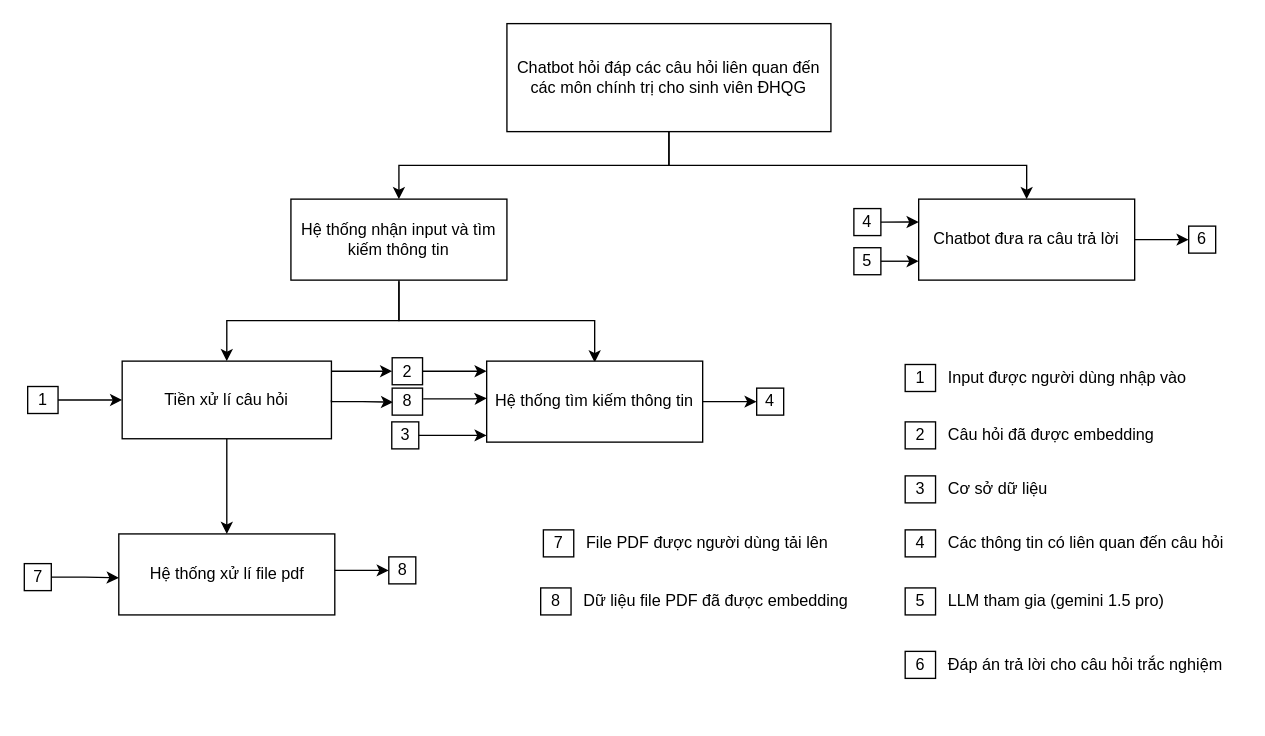
ht-N/AIThinking keeps this draw.io diagram as AIThinking.drawio. Above is the earlier version. Source tidied: cells renumbered, new cells numbered last; positions are measured from the earlier drawing's top-left corner, leaving out a move shared by most shapes. Both pictures are drawn from the tidied source at 135%, with x=0, y=0 at pixel (24, 23).
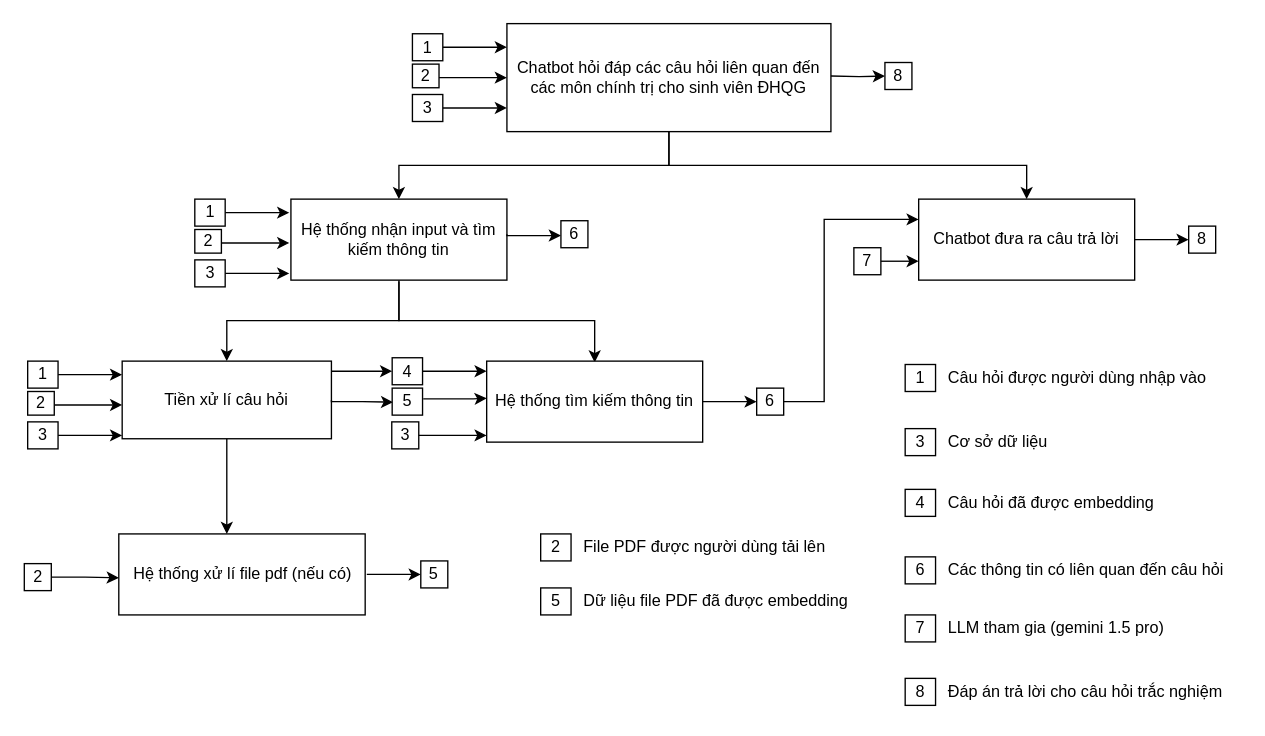
After the change.

The change refers to these unchanged cells:
```xml
<mxCell id="9" value="Chatbot đưa ra câu trả lời" style="rounded=0;whiteSpace=wrap;html=1;" parent="1" vertex="1">
  <mxGeometry x="662" y="130" width="160" height="60" as="geometry" />
</mxCell>
<mxCell id="12" value="Tiền xử lí câu hỏi" style="rounded=0;whiteSpace=wrap;html=1;" parent="1" vertex="1">
  <mxGeometry x="72" y="250" width="155" height="57.5" as="geometry" />
</mxCell>
```

The edit, as a diff of the source:
```diff
@@
-    <mxCell id="11" style="edgeStyle=orthogonalEdgeStyle;rounded=0;jettySize=auto;html=1;exitX=0.5;exitY=1;exitDx=0;exitDy=0;entryX=0.5;entryY=0;entryDx=0;entryDy=0;" parent="1" edge="1" source="12" target="39">
-      <mxGeometry relative="1" as="geometry" />
+    <mxCell id="11" style="edgeStyle=orthogonalEdgeStyle;rounded=0;jettySize=auto;html=1;" parent="1" edge="1" source="12" target="39">
+      <mxGeometry relative="1" as="geometry">
+        <Array as="points">
+          <mxPoint x="150" y="350" />
+          <mxPoint x="150" y="350" />
+        </Array>
+      </mxGeometry>
     </mxCell>
@@
-    <mxCell id="16" value="2" style="rounded=0;whiteSpace=wrap;html=1;" parent="1" vertex="1">
+    <mxCell id="16" value="4" style="rounded=0;whiteSpace=wrap;html=1;" parent="1" vertex="1">
       <mxGeometry x="272" y="247.5" width="22.5" height="20" as="geometry" />
     </mxCell>
+    <mxCell id="51" style="edgeStyle=orthogonalEdgeStyle;rounded=0;jettySize=auto;html=1;exitX=1;exitY=0.5;exitDx=0;exitDy=0;entryX=0;entryY=0.25;entryDx=0;entryDy=0;" parent="1" edge="1" source="17" target="9">
+      <mxGeometry relative="1" as="geometry">
+        <Array as="points">
+          <mxPoint x="592" y="280" />
+          <mxPoint x="592" y="145" />
+        </Array>
+      </mxGeometry>
+    </mxCell>
-    <mxCell id="17" value="4" style="whiteSpace=wrap;html=1;rounded=0;" parent="1" vertex="1">
+    <mxCell id="17" value="6" style="whiteSpace=wrap;html=1;rounded=0;" parent="1" vertex="1">
       <mxGeometry x="542" y="270" width="20" height="20" as="geometry" />
     </mxCell>
-    <mxCell id="18" value="4" style="whiteSpace=wrap;html=1;rounded=0;" parent="1" vertex="1">
-      <mxGeometry x="614" y="137" width="20" height="20" as="geometry" />
-    </mxCell>
-    <mxCell id="19" value="5" style="whiteSpace=wrap;html=1;rounded=0;" parent="1" vertex="1">
+    <mxCell id="19" value="7" style="whiteSpace=wrap;html=1;rounded=0;" parent="1" vertex="1">
       <mxGeometry x="614" y="166" width="20" height="20" as="geometry" />
     </mxCell>
-    <mxCell id="20" style="edgeStyle=orthogonalEdgeStyle;rounded=0;jettySize=auto;html=1;exitX=1;exitY=0.5;exitDx=0;exitDy=0;entryX=0;entryY=0.283;entryDx=0;entryDy=0;entryPerimeter=0;" parent="1" edge="1" source="18" target="9">
-      <mxGeometry relative="1" as="geometry" />
-    </mxCell>
@@
-    <mxCell id="22" value="6" style="whiteSpace=wrap;html=1;rounded=0;" parent="1" vertex="1">
+    <mxCell id="22" value="8" style="whiteSpace=wrap;html=1;rounded=0;" parent="1" vertex="1">
       <mxGeometry x="862" y="150" width="20" height="20" as="geometry" />
     </mxCell>
@@
-    <mxCell id="24" value="Input được người dùng nhập vào" style="text;html=1;align=left;verticalAlign=middle;whiteSpace=wrap;rounded=0;" parent="1" vertex="1">
+    <mxCell id="24" value="Câu hỏi được người dùng nhập vào" style="text;html=1;align=left;verticalAlign=middle;whiteSpace=wrap;rounded=0;" parent="1" vertex="1">
       <mxGeometry x="682" y="247.5" width="220" height="30" as="geometry" />
     </mxCell>
-    <mxCell id="25" value="2" style="rounded=0;whiteSpace=wrap;html=1;" parent="1" vertex="1">
-      <mxGeometry x="652" y="295" width="22.5" height="20" as="geometry" />
+    <mxCell id="25" value="4" style="rounded=0;whiteSpace=wrap;html=1;" parent="1" vertex="1">
+      <mxGeometry x="652" y="345" width="22.5" height="20" as="geometry" />
     </mxCell>
     <mxCell id="26" value="Câu hỏi đã được embedding" style="text;html=1;align=left;verticalAlign=middle;whiteSpace=wrap;rounded=0;" parent="1" vertex="1">
-      <mxGeometry x="682" y="290" width="220" height="30" as="geometry" />
+      <mxGeometry x="682" y="340" width="220" height="30" as="geometry" />
     </mxCell>
-    <mxCell id="27" value="4" style="rounded=0;whiteSpace=wrap;html=1;" parent="1" vertex="1">
-      <mxGeometry x="652" y="375" width="22.5" height="20" as="geometry" />
+    <mxCell id="27" value="6" style="rounded=0;whiteSpace=wrap;html=1;" parent="1" vertex="1">
+      <mxGeometry x="652" y="395" width="22.5" height="20" as="geometry" />
     </mxCell>
     <mxCell id="28" value="Các thông tin có liên quan đến câu hỏi" style="text;html=1;align=left;verticalAlign=middle;whiteSpace=wrap;rounded=0;" parent="1" vertex="1">
-      <mxGeometry x="682" y="370" width="220" height="30" as="geometry" />
+      <mxGeometry x="682" y="390" width="220" height="30" as="geometry" />
     </mxCell>
-    <mxCell id="29" value="5" style="rounded=0;whiteSpace=wrap;html=1;" parent="1" vertex="1">
-      <mxGeometry x="652" y="418" width="22.5" height="20" as="geometry" />
+    <mxCell id="29" value="7" style="rounded=0;whiteSpace=wrap;html=1;" parent="1" vertex="1">
+      <mxGeometry x="652" y="438" width="22.5" height="20" as="geometry" />
     </mxCell>
     <mxCell id="30" value="LLM tham gia (gemini 1.5 pro)" style="text;html=1;align=left;verticalAlign=middle;whiteSpace=wrap;rounded=0;" parent="1" vertex="1">
-      <mxGeometry x="682" y="413" width="220" height="30" as="geometry" />
+      <mxGeometry x="682" y="433" width="220" height="30" as="geometry" />
     </mxCell>
-    <mxCell id="31" value="6" style="rounded=0;whiteSpace=wrap;html=1;" parent="1" vertex="1">
-      <mxGeometry x="652" y="465" width="22.5" height="20" as="geometry" />
+    <mxCell id="31" value="8" style="rounded=0;whiteSpace=wrap;html=1;" parent="1" vertex="1">
+      <mxGeometry x="652" y="485" width="22.5" height="20" as="geometry" />
     </mxCell>
     <mxCell id="32" value="Đáp án trả lời cho câu hỏi trắc nghiệm" style="text;html=1;align=left;verticalAlign=middle;whiteSpace=wrap;rounded=0;" parent="1" vertex="1">
-      <mxGeometry x="682" y="460" width="220" height="30" as="geometry" />
+      <mxGeometry x="682" y="480" width="220" height="30" as="geometry" />
     </mxCell>
@@
     <mxCell id="35" value="3" style="rounded=0;whiteSpace=wrap;html=1;" parent="1" vertex="1">
-      <mxGeometry x="652" y="335" width="22.5" height="20" as="geometry" />
+      <mxGeometry x="652" y="300" width="22.5" height="20" as="geometry" />
     </mxCell>
     <mxCell id="36" value="Cơ sở dữ liệu" style="text;html=1;align=left;verticalAlign=middle;whiteSpace=wrap;rounded=0;" parent="1" vertex="1">
-      <mxGeometry x="682" y="330" width="220" height="30" as="geometry" />
+      <mxGeometry x="682" y="295" width="220" height="30" as="geometry" />
     </mxCell>
     <mxCell id="37" style="edgeStyle=orthogonalEdgeStyle;rounded=0;jettySize=auto;html=1;" parent="1" edge="1" source="38">
       <mxGeometry relative="1" as="geometry">
-        <mxPoint x="72" y="278.8" as="targetPoint" />
+        <mxPoint x="72" y="260" as="targetPoint" />
         <Array as="points">
-          <mxPoint x="62" y="278.8" />
-          <mxPoint x="62" y="278.8" />
+          <mxPoint x="62" y="260" />
+          <mxPoint x="62" y="260" />
         </Array>
       </mxGeometry>
     </mxCell>
     <mxCell id="38" value="1" style="rounded=0;whiteSpace=wrap;html=1;" parent="1" vertex="1">
-      <mxGeometry x="2" y="268.8" width="22.5" height="20" as="geometry" />
+      <mxGeometry x="2" y="250" width="22.5" height="20" as="geometry" />
     </mxCell>
-    <mxCell id="39" value="Hệ thống xử lí file pdf" style="rounded=0;whiteSpace=wrap;html=1;" parent="1" vertex="1">
-      <mxGeometry x="69.5" y="378" width="160" height="60" as="geometry" />
+    <mxCell id="39" value="Hệ thống xử lí file pdf (nếu có)" style="rounded=0;whiteSpace=wrap;html=1;" parent="1" vertex="1">
+      <mxGeometry x="69.5" y="378" width="182.5" height="60" as="geometry" />
     </mxCell>
-    <mxCell id="40" value="7" style="whiteSpace=wrap;html=1;rounded=0;" parent="1" vertex="1">
+    <mxCell id="40" value="2" style="whiteSpace=wrap;html=1;rounded=0;" parent="1" vertex="1">
       <mxGeometry x="-0.5" y="400" width="20" height="20" as="geometry" />
     </mxCell>
@@
     <mxCell id="42" style="edgeStyle=orthogonalEdgeStyle;rounded=0;jettySize=auto;html=1;" parent="1" edge="1" target="43">
       <mxGeometry relative="1" as="geometry">
-        <mxPoint x="229.5" y="405" as="sourcePoint" />
+        <mxPoint x="253.2" y="408" as="sourcePoint" />
         <Array as="points">
-          <mxPoint x="242" y="405" />
-          <mxPoint x="242" y="405" />
+          <mxPoint x="265.8" y="408" />
+          <mxPoint x="265.8" y="408" />
         </Array>
       </mxGeometry>
     </mxCell>
-    <mxCell id="43" value="8" style="whiteSpace=wrap;html=1;rounded=0;" parent="1" vertex="1">
-      <mxGeometry x="269.5" y="395" width="20" height="20" as="geometry" />
+    <mxCell id="43" value="5" style="whiteSpace=wrap;html=1;rounded=0;" parent="1" vertex="1">
+      <mxGeometry x="293.2" y="398" width="20" height="20" as="geometry" />
     </mxCell>
@@
-    <mxCell id="45" value="8" style="rounded=0;whiteSpace=wrap;html=1;" parent="1" vertex="1">
+    <mxCell id="45" value="5" style="rounded=0;whiteSpace=wrap;html=1;" parent="1" vertex="1">
       <mxGeometry x="272" y="270" width="22.5" height="20" as="geometry" />
     </mxCell>
@@
-    <mxCell id="47" value="7" style="rounded=0;whiteSpace=wrap;html=1;" parent="1" vertex="1">
-      <mxGeometry x="384" y="375" width="22.5" height="20" as="geometry" />
+    <mxCell id="47" value="2" style="rounded=0;whiteSpace=wrap;html=1;" parent="1" vertex="1">
+      <mxGeometry x="382" y="378" width="22.5" height="20" as="geometry" />
     </mxCell>
     <mxCell id="48" value="File PDF được người dùng tải lên" style="text;html=1;align=left;verticalAlign=middle;whiteSpace=wrap;rounded=0;" parent="1" vertex="1">
-      <mxGeometry x="414" y="370" width="220" height="30" as="geometry" />
+      <mxGeometry x="412" y="373" width="220" height="30" as="geometry" />
     </mxCell>
-    <mxCell id="49" value="8" style="rounded=0;whiteSpace=wrap;html=1;" parent="1" vertex="1">
+    <mxCell id="49" value="5" style="rounded=0;whiteSpace=wrap;html=1;" parent="1" vertex="1">
       <mxGeometry x="382" y="418" width="22.5" height="20" as="geometry" />
     </mxCell>
@@
+    <mxCell id="52" style="edgeStyle=orthogonalEdgeStyle;rounded=0;jettySize=auto;html=1;" parent="1" edge="1" source="53">
+      <mxGeometry relative="1" as="geometry">
+        <mxPoint x="72" y="282.5" as="targetPoint" />
+        <Array as="points">
+          <mxPoint x="62" y="282.5" />
+          <mxPoint x="62" y="282.5" />
+        </Array>
+      </mxGeometry>
+    </mxCell>
+    <mxCell id="53" value="2" style="rounded=0;whiteSpace=wrap;html=1;" parent="1" vertex="1">
+      <mxGeometry x="2" y="272.5" width="19.7" height="17.5" as="geometry" />
+    </mxCell>
+    <mxCell id="54" style="edgeStyle=orthogonalEdgeStyle;rounded=0;jettySize=auto;html=1;" parent="1" edge="1" source="55">
+      <mxGeometry relative="1" as="geometry">
+        <mxPoint x="72" y="305" as="targetPoint" />
+        <Array as="points">
+          <mxPoint x="62" y="305" />
+          <mxPoint x="62" y="305" />
+        </Array>
+      </mxGeometry>
+    </mxCell>
+    <mxCell id="55" value="3" style="rounded=0;whiteSpace=wrap;html=1;" parent="1" vertex="1">
+      <mxGeometry x="2" y="295" width="22.5" height="20" as="geometry" />
+    </mxCell>
+    <mxCell id="56" style="edgeStyle=orthogonalEdgeStyle;rounded=0;jettySize=auto;html=1;" parent="1" edge="1" source="57">
+      <mxGeometry relative="1" as="geometry">
+        <mxPoint x="195.8" y="140" as="targetPoint" />
+        <Array as="points">
+          <mxPoint x="185.8" y="140" />
+          <mxPoint x="185.8" y="140" />
+        </Array>
+      </mxGeometry>
+    </mxCell>
+    <mxCell id="57" value="1" style="rounded=0;whiteSpace=wrap;html=1;" parent="1" vertex="1">
+      <mxGeometry x="125.8" y="130" width="22.5" height="20" as="geometry" />
+    </mxCell>
+    <mxCell id="58" style="edgeStyle=orthogonalEdgeStyle;rounded=0;jettySize=auto;html=1;" parent="1" edge="1" source="59">
+      <mxGeometry relative="1" as="geometry">
+        <mxPoint x="195.8" y="162.5" as="targetPoint" />
+        <Array as="points">
+          <mxPoint x="185.8" y="162.5" />
+          <mxPoint x="185.8" y="162.5" />
+        </Array>
+      </mxGeometry>
+    </mxCell>
+    <mxCell id="59" value="2" style="rounded=0;whiteSpace=wrap;html=1;" parent="1" vertex="1">
+      <mxGeometry x="125.8" y="152.5" width="19.7" height="17.5" as="geometry" />
+    </mxCell>
+    <mxCell id="60" style="edgeStyle=orthogonalEdgeStyle;rounded=0;jettySize=auto;html=1;" parent="1" edge="1" source="61">
+      <mxGeometry relative="1" as="geometry">
+        <mxPoint x="195.8" y="185" as="targetPoint" />
+        <Array as="points">
+          <mxPoint x="185.8" y="185" />
+          <mxPoint x="185.8" y="185" />
+        </Array>
+      </mxGeometry>
+    </mxCell>
+    <mxCell id="61" value="3" style="rounded=0;whiteSpace=wrap;html=1;" parent="1" vertex="1">
+      <mxGeometry x="125.8" y="175" width="22.5" height="20" as="geometry" />
+    </mxCell>
+    <mxCell id="62" style="edgeStyle=orthogonalEdgeStyle;rounded=0;jettySize=auto;html=1;" parent="1" edge="1" source="63">
+      <mxGeometry relative="1" as="geometry">
+        <mxPoint x="357" y="17.5" as="targetPoint" />
+        <Array as="points">
+          <mxPoint x="347" y="17.5" />
+          <mxPoint x="347" y="17.5" />
+        </Array>
+      </mxGeometry>
+    </mxCell>
+    <mxCell id="63" value="1" style="rounded=0;whiteSpace=wrap;html=1;" parent="1" vertex="1">
+      <mxGeometry x="287" y="7.5" width="22.5" height="20" as="geometry" />
+    </mxCell>
+    <mxCell id="64" style="edgeStyle=orthogonalEdgeStyle;rounded=0;jettySize=auto;html=1;" parent="1" edge="1" source="65">
+      <mxGeometry relative="1" as="geometry">
+        <mxPoint x="357" y="40" as="targetPoint" />
+        <Array as="points">
+          <mxPoint x="347" y="40" />
+          <mxPoint x="347" y="40" />
+        </Array>
+      </mxGeometry>
+    </mxCell>
+    <mxCell id="65" value="2" style="rounded=0;whiteSpace=wrap;html=1;" parent="1" vertex="1">
+      <mxGeometry x="287" y="30" width="19.7" height="17.5" as="geometry" />
+    </mxCell>
+    <mxCell id="66" style="edgeStyle=orthogonalEdgeStyle;rounded=0;jettySize=auto;html=1;" parent="1" edge="1" source="67">
+      <mxGeometry relative="1" as="geometry">
+        <mxPoint x="357" y="62.5" as="targetPoint" />
+        <Array as="points">
+          <mxPoint x="347" y="62.5" />
+          <mxPoint x="347" y="62.5" />
+        </Array>
+      </mxGeometry>
+    </mxCell>
+    <mxCell id="67" value="3" style="rounded=0;whiteSpace=wrap;html=1;" parent="1" vertex="1">
+      <mxGeometry x="287" y="52.5" width="22.5" height="20" as="geometry" />
+    </mxCell>
+    <mxCell id="68" style="edgeStyle=orthogonalEdgeStyle;rounded=0;jettySize=auto;html=1;" parent="1" edge="1" target="69">
+      <mxGeometry relative="1" as="geometry">
+        <mxPoint x="597" y="38.8" as="sourcePoint" />
+      </mxGeometry>
+    </mxCell>
+    <mxCell id="69" value="8" style="whiteSpace=wrap;html=1;rounded=0;" parent="1" vertex="1">
+      <mxGeometry x="637" y="28.8" width="20" height="20" as="geometry" />
+    </mxCell>
+    <mxCell id="70" style="edgeStyle=orthogonalEdgeStyle;rounded=0;jettySize=auto;html=1;" parent="1" edge="1" target="71">
+      <mxGeometry relative="1" as="geometry">
+        <mxPoint x="357" y="156" as="sourcePoint" />
+        <Array as="points">
+          <mxPoint x="357" y="157" />
+        </Array>
+      </mxGeometry>
+    </mxCell>
+    <mxCell id="71" value="6" style="whiteSpace=wrap;html=1;rounded=0;" parent="1" vertex="1">
+      <mxGeometry x="397" y="146" width="20" height="20" as="geometry" />
+    </mxCell>
```
